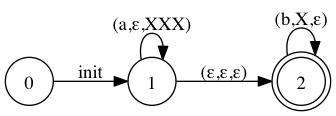
Earlier version of the Graphviz export Assignment5/5-1.gv.png (ranmocy/Automata-Theory). Its source is kept beside it as Assignment5/5-1.gv. Source of this version:
```dot
digraph HW5_1_1 {
        rankdir=LR;
	size="8,5"
	node[shape=doublecircle]; 2;
	node[shape=circle];

        0->1[label="init"];

        1->1[label=<(a,&epsilon;,XXX)>];
        1->2[label=<(&epsilon;,&epsilon;,&epsilon;)>];
        2->2[label=<(b,X,&epsilon;)>];
}

digraph HW5_1_2 {
        rankdir=LR;
	size="8,5"
	node[shape=doublecircle]; 2;
	node[shape=circle];

        0->1[label="init"];

        1->1[label=<(a,&epsilon;,X)>];
        1->2[label=<(&epsilon;,&epsilon;,&epsilon;)>];
        2->2[label=<(a,X,&epsilon;), (b,X,&epsilon;)>];
}

digraph HW5_1_3 {
        rankdir=LR;
	size="8,5"
	node[shape=doublecircle]; 2;
	node[shape=circle];

        0->1[label=<(&epsilon;,&epsilon;,AB)>];

        1->1[label=<(a,A,A), (b,A,CA), (a,C,&epsilon;)>];
        1->2[label=<(&epsilon;,A,&epsilon;)>];
        2->2[label=<(b,B,B), (&epsilon;,B,&epsilon;)>];
}

digraph HW5_1_4 {
        rankdir=LR;
	size="8,5"
	node[shape=doublecircle]; 1;
	node[shape=circle];

        0->1[label=<(&epsilon;,&epsilon;,S)>];

        1->1[label=<(1,S,&epsilon;), (2,S,&epsilon;), (3,S,&epsilon;), (-,S,SS), (/,S,SS)>];
}
```
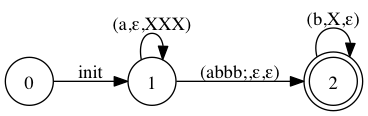
After the commit.

Diff of the diagram source:
```diff
@@ -7,7 +7,7 @@
         0->1[label="init"];
 
         1->1[label=<(a,&epsilon;,XXX)>];
-        1->2[label=<(&epsilon;,&epsilon;,&epsilon;)>];
+        1->2[label=<(abbb;,&epsilon;,&epsilon;)>];
         2->2[label=<(b,X,&epsilon;)>];
 }
 
```
